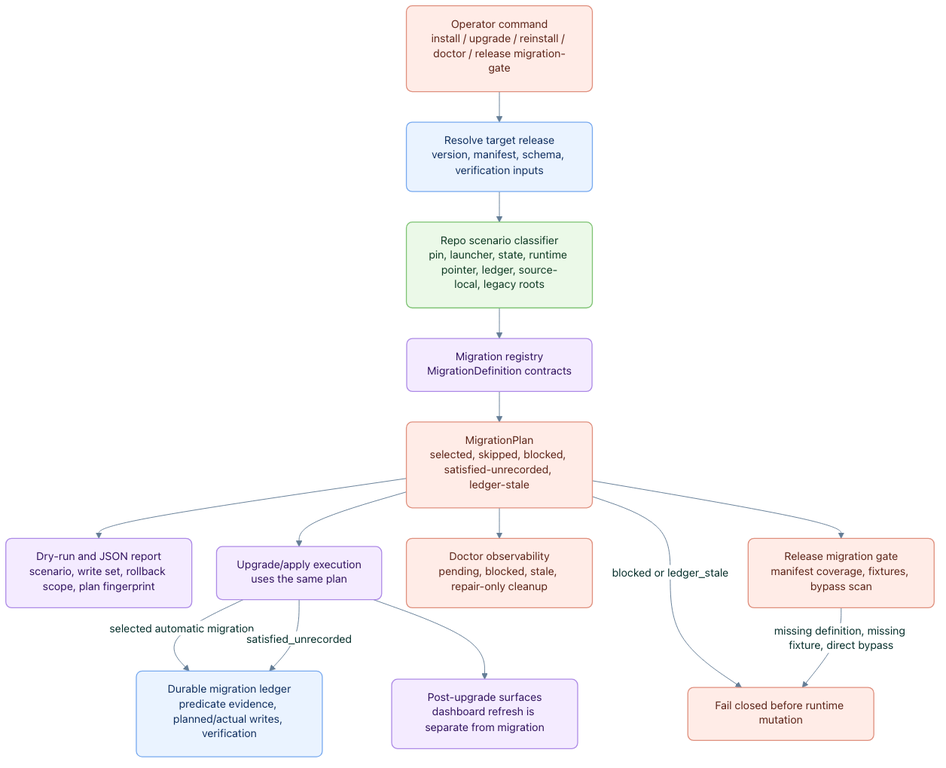
Before: odylith/atlas/source/migration-runtime-upgrade-transaction-flow.png, a diagram exported from Mermaid (odylith/odylith). Its source is kept beside it as odylith/atlas/source/migration-runtime-upgrade-transaction-flow.mmd.
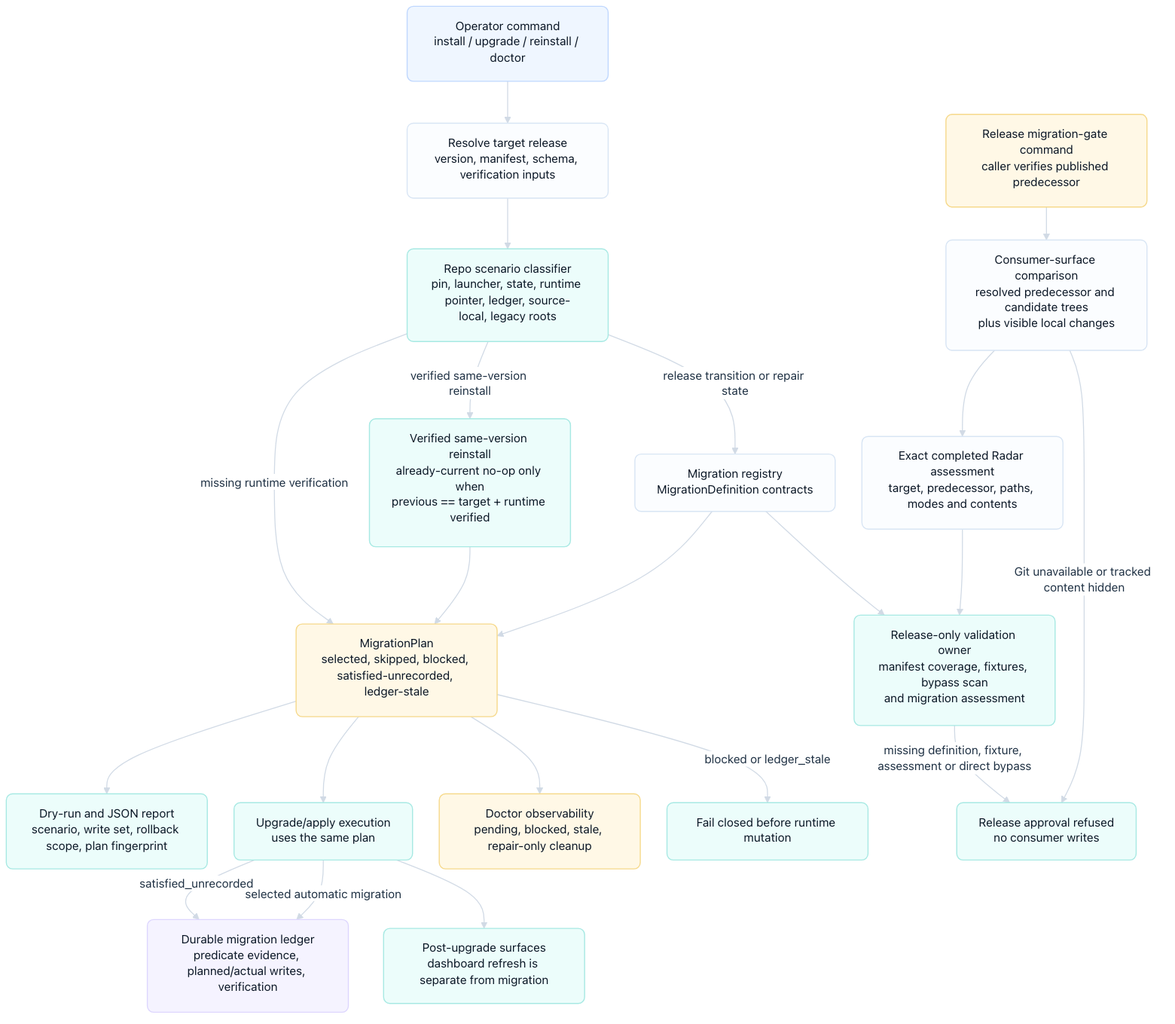
After the commit.

Change to the diagram source:
```diff
@@ -1,24 +1,34 @@
 flowchart TB
-    operator["Operator command<br/>install / upgrade / reinstall / doctor / release migration-gate"]
+    operator["Operator command<br/>install / upgrade / reinstall / doctor"]
     resolver["Resolve target release<br/>version, manifest, schema, verification inputs"]
     classifier["Repo scenario classifier<br/>pin, launcher, state, runtime pointer, ledger, source-local, legacy roots"]
+    noop["Verified same-version reinstall<br/>already-current no-op only when<br/>previous == target + runtime verified"]
     registry["Migration registry<br/>MigrationDefinition contracts"]
     planner["MigrationPlan<br/>selected, skipped, blocked, satisfied-unrecorded, ledger-stale"]
     dryrun["Dry-run and JSON report<br/>scenario, write set, rollback scope, plan fingerprint"]
     apply["Upgrade/apply execution<br/>uses the same plan"]
     ledger["Durable migration ledger<br/>predicate evidence, planned/actual writes, verification"]
     doctor["Doctor observability<br/>pending, blocked, stale, repair-only cleanup"]
-    gate["Release migration gate<br/>manifest coverage, fixtures, bypass scan"]
+    release["Release migration-gate command<br/>caller verifies published predecessor"]
+    scope["Consumer-surface comparison<br/>resolved predecessor and candidate trees<br/>plus visible local changes"]
+    assessment["Exact completed Radar assessment<br/>target, predecessor, paths, modes and contents"]
+    gate["Release-only validation owner<br/>manifest coverage, fixtures, bypass scan<br/>and migration assessment"]
     block["Fail closed before runtime mutation"]
+    release_block["Release approval refused<br/>no consumer writes"]
     surfaces["Post-upgrade surfaces<br/>dashboard refresh is separate from migration"]
 
-    operator --> resolver --> classifier --> registry --> planner
+    operator --> resolver --> classifier
+    classifier -->|"release transition or repair state"| registry --> planner
+    classifier -->|"verified same-version reinstall"| noop --> planner
+    classifier -->|"missing runtime verification"| planner
     planner --> dryrun
     planner --> apply
     planner --> doctor
-    planner --> gate
+    release --> scope --> assessment --> gate
+    registry --> gate
+    scope -->|"Git unavailable or tracked content hidden"| release_block
     planner -->|"blocked or ledger_stale"| block
     apply -->|"selected automatic migration"| ledger
     apply -->|"satisfied_unrecorded"| ledger
     apply --> surfaces
-    gate -->|"missing definition, missing fixture, direct bypass"| block
+    gate -->|"missing definition, fixture, assessment or direct bypass"| release_block
```
